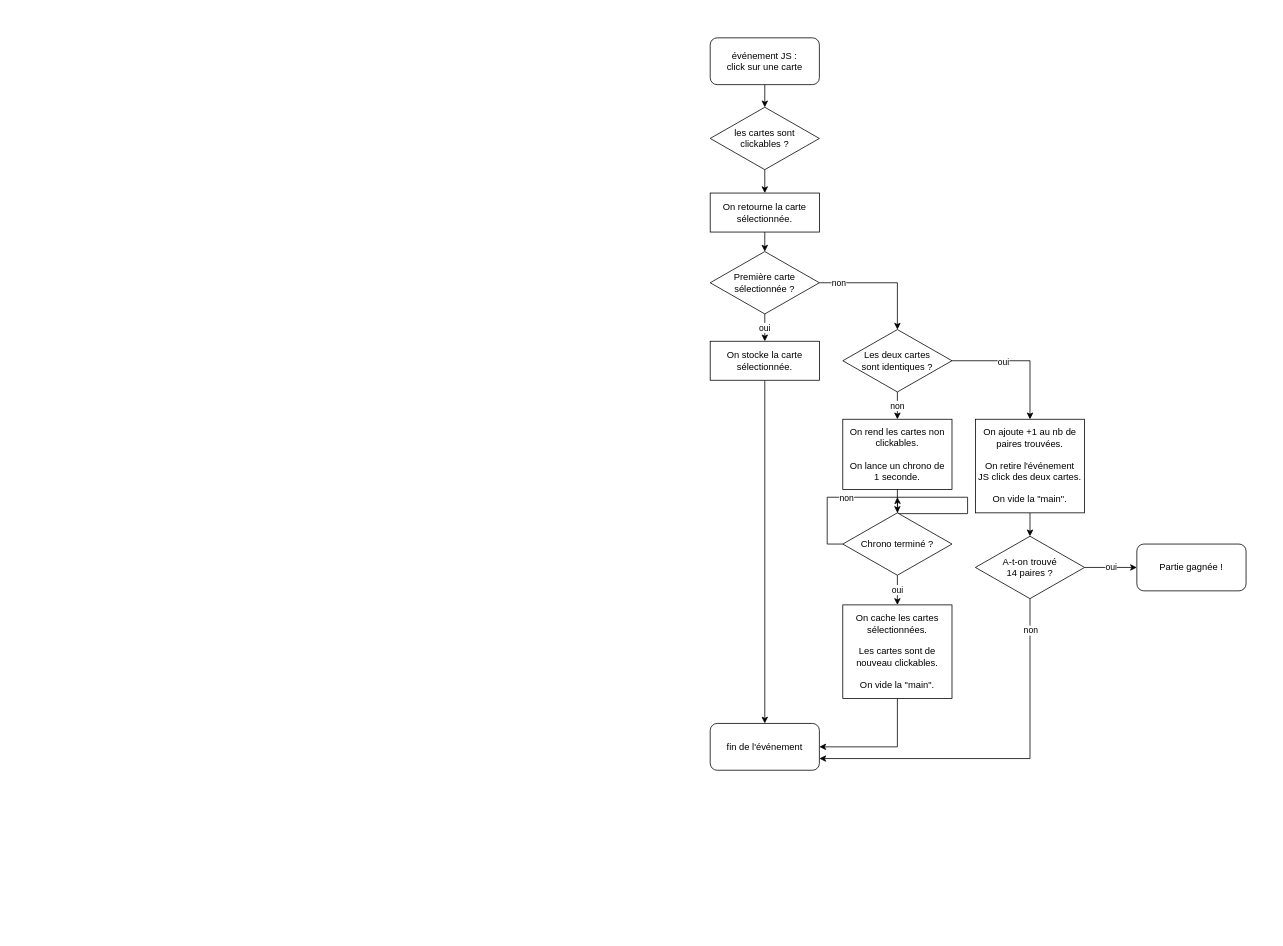
Above: algorithm.drawio in bdelphin/memory (draw.io), before the change. Source tidied: cells renumbered, new cells numbered last; positions are measured from the earlier drawing's top-left corner, leaving out a move shared by most shapes. Both pictures are drawn from the tidied source at 78%, with x=0, y=0 at pixel (710, 37).
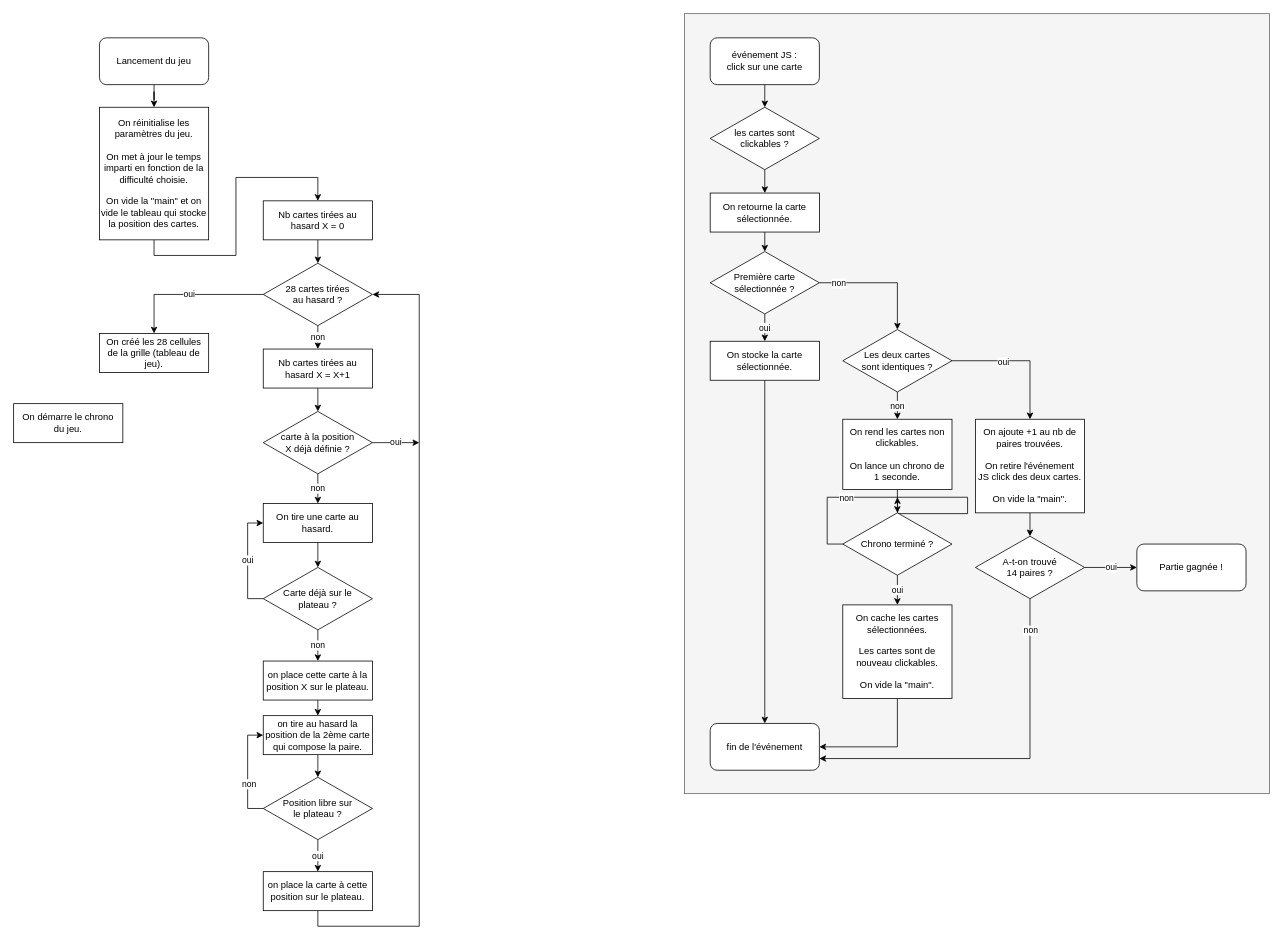
After the change.

Change to the diagram source:
```diff
@@
+    <mxCell id="34" style="rounded=0;whiteSpace=wrap;html=1;fillColor=#f5f5f5;strokeColor=#666666;fontColor=#333333;" parent="1" vertex="1">
+      <mxGeometry x="-33" y="-31" width="750" height="1000" as="geometry" />
+    </mxCell>
@@
+    <mxCell id="35" style="edgeStyle=orthogonalEdgeStyle;rounded=0;jettySize=auto;html=1;exitX=0.5;exitY=1;exitDx=0;exitDy=0;" parent="1" edge="1" source="36" target="38">
+      <mxGeometry relative="1" as="geometry" />
+    </mxCell>
+    <mxCell id="36" value="Lancement du jeu" style="rounded=1;whiteSpace=wrap;html=1;" parent="1" vertex="1">
+      <mxGeometry x="-783" width="140" height="60" as="geometry" />
+    </mxCell>
+    <mxCell id="37" style="edgeStyle=orthogonalEdgeStyle;rounded=0;jettySize=auto;html=1;exitX=0.5;exitY=1;exitDx=0;exitDy=0;entryX=0.5;entryY=0;entryDx=0;entryDy=0;" parent="1" edge="1" source="38" target="43">
+      <mxGeometry relative="1" as="geometry">
+        <Array as="points">
+          <mxPoint x="-713" y="279" />
+          <mxPoint x="-608" y="279" />
+          <mxPoint x="-608" y="179" />
+          <mxPoint x="-503" y="179" />
+        </Array>
+      </mxGeometry>
+    </mxCell>
+    <mxCell id="38" value="&lt;div&gt;On réinitialise les paramètres du jeu.&lt;/div&gt;&lt;div&gt;&lt;br&gt;&lt;/div&gt;&lt;div&gt;On met à jour le temps imparti en fonction de la difficulté choisie.&lt;/div&gt;&lt;div&gt;&lt;br&gt;&lt;/div&gt;&lt;div&gt;On vide la &quot;main&quot; et on vide le tableau qui stocke la position des cartes.&lt;br&gt;&lt;/div&gt;" style="rounded=0;whiteSpace=wrap;html=1;" parent="1" vertex="1">
+      <mxGeometry x="-783" y="89" width="140" height="170" as="geometry" />
+    </mxCell>
+    <mxCell id="39" value="non" style="edgeStyle=orthogonalEdgeStyle;rounded=0;jettySize=auto;html=1;exitX=0.5;exitY=1;exitDx=0;exitDy=0;entryX=0.5;entryY=0;entryDx=0;entryDy=0;" parent="1" edge="1" source="41" target="45">
+      <mxGeometry relative="1" as="geometry" />
+    </mxCell>
+    <mxCell id="40" value="oui" style="edgeStyle=orthogonalEdgeStyle;rounded=0;jettySize=auto;html=1;exitX=0;exitY=0.5;exitDx=0;exitDy=0;entryX=0.5;entryY=0;entryDx=0;entryDy=0;" parent="1" edge="1" source="41" target="64">
+      <mxGeometry relative="1" as="geometry" />
+    </mxCell>
+    <mxCell id="41" value="28 cartes tirées&lt;br&gt;au hasard ?" style="rhombus;whiteSpace=wrap;html=1;" parent="1" vertex="1">
+      <mxGeometry x="-573" y="289" width="140" height="80" as="geometry" />
+    </mxCell>
+    <mxCell id="42" style="edgeStyle=orthogonalEdgeStyle;rounded=0;jettySize=auto;html=1;exitX=0.5;exitY=1;exitDx=0;exitDy=0;entryX=0.5;entryY=0;entryDx=0;entryDy=0;" parent="1" edge="1" source="43" target="41">
+      <mxGeometry relative="1" as="geometry" />
+    </mxCell>
+    <mxCell id="43" value="&lt;div&gt;Nb cartes tirées au &lt;br&gt;&lt;/div&gt;&lt;div&gt;hasard X = 0&lt;br&gt;&lt;/div&gt;" style="rounded=0;whiteSpace=wrap;html=1;" parent="1" vertex="1">
+      <mxGeometry x="-573" y="209" width="140" height="50" as="geometry" />
+    </mxCell>
+    <mxCell id="44" style="edgeStyle=orthogonalEdgeStyle;rounded=0;jettySize=auto;html=1;exitX=0.5;exitY=1;exitDx=0;exitDy=0;entryX=0.5;entryY=0;entryDx=0;entryDy=0;" parent="1" edge="1" source="45" target="48">
+      <mxGeometry relative="1" as="geometry" />
+    </mxCell>
+    <mxCell id="45" value="&lt;div&gt;Nb cartes tirées au &lt;br&gt;&lt;/div&gt;&lt;div&gt;hasard X = X+1&lt;br&gt;&lt;/div&gt;" style="rounded=0;whiteSpace=wrap;html=1;" parent="1" vertex="1">
+      <mxGeometry x="-573" y="399" width="140" height="50" as="geometry" />
+    </mxCell>
+    <mxCell id="46" value="non" style="edgeStyle=orthogonalEdgeStyle;rounded=0;jettySize=auto;html=1;exitX=0.5;exitY=1;exitDx=0;exitDy=0;entryX=0.5;entryY=0;entryDx=0;entryDy=0;" parent="1" edge="1" source="48" target="50">
+      <mxGeometry relative="1" as="geometry" />
+    </mxCell>
+    <mxCell id="47" value="oui" style="edgeStyle=orthogonalEdgeStyle;rounded=0;jettySize=auto;html=1;exitX=1;exitY=0.5;exitDx=0;exitDy=0;" parent="1" edge="1" source="48">
+      <mxGeometry relative="1" as="geometry">
+        <mxPoint x="-373" y="519" as="targetPoint" />
+      </mxGeometry>
+    </mxCell>
+    <mxCell id="48" value="&lt;div&gt;carte à la position&lt;/div&gt;&lt;div&gt;X déjà définie ?&lt;br&gt;&lt;/div&gt;" style="rhombus;whiteSpace=wrap;html=1;" parent="1" vertex="1">
+      <mxGeometry x="-573" y="479" width="140" height="80" as="geometry" />
+    </mxCell>
+    <mxCell id="49" style="edgeStyle=orthogonalEdgeStyle;rounded=0;jettySize=auto;html=1;exitX=0.5;exitY=1;exitDx=0;exitDy=0;entryX=0.5;entryY=0;entryDx=0;entryDy=0;" parent="1" edge="1" source="50" target="53">
+      <mxGeometry relative="1" as="geometry" />
+    </mxCell>
+    <mxCell id="50" value="On tire une carte au hasard." style="rounded=0;whiteSpace=wrap;html=1;" parent="1" vertex="1">
+      <mxGeometry x="-573" y="597" width="140" height="50" as="geometry" />
+    </mxCell>
+    <mxCell id="51" value="oui" style="edgeStyle=orthogonalEdgeStyle;rounded=0;jettySize=auto;html=1;exitX=0;exitY=0.5;exitDx=0;exitDy=0;entryX=0;entryY=0.5;entryDx=0;entryDy=0;" parent="1" edge="1" source="53" target="50">
+      <mxGeometry relative="1" as="geometry" />
+    </mxCell>
+    <mxCell id="52" value="non" style="edgeStyle=orthogonalEdgeStyle;rounded=0;jettySize=auto;html=1;exitX=0.5;exitY=1;exitDx=0;exitDy=0;entryX=0.5;entryY=0;entryDx=0;entryDy=0;" parent="1" edge="1" source="53" target="55">
+      <mxGeometry relative="1" as="geometry" />
+    </mxCell>
+    <mxCell id="53" value="&lt;div&gt;Carte déjà sur le &lt;br&gt;&lt;/div&gt;&lt;div&gt;plateau ?&lt;br&gt;&lt;/div&gt;" style="rhombus;whiteSpace=wrap;html=1;" parent="1" vertex="1">
+      <mxGeometry x="-573" y="679" width="140" height="80" as="geometry" />
+    </mxCell>
+    <mxCell id="54" style="edgeStyle=orthogonalEdgeStyle;rounded=0;jettySize=auto;html=1;exitX=0.5;exitY=1;exitDx=0;exitDy=0;entryX=0.5;entryY=0;entryDx=0;entryDy=0;" parent="1" edge="1" source="55" target="57">
+      <mxGeometry relative="1" as="geometry" />
+    </mxCell>
+    <mxCell id="55" value="on place cette carte à la position X sur le plateau." style="rounded=0;whiteSpace=wrap;html=1;" parent="1" vertex="1">
+      <mxGeometry x="-573" y="799" width="140" height="50" as="geometry" />
+    </mxCell>
+    <mxCell id="56" style="edgeStyle=orthogonalEdgeStyle;rounded=0;jettySize=auto;html=1;exitX=0.5;exitY=1;exitDx=0;exitDy=0;entryX=0.5;entryY=0;entryDx=0;entryDy=0;" parent="1" edge="1" source="57" target="61">
+      <mxGeometry relative="1" as="geometry" />
+    </mxCell>
+    <mxCell id="57" value="on tire au hasard la position de la 2ème carte qui compose la paire. " style="rounded=0;whiteSpace=wrap;html=1;" parent="1" vertex="1">
+      <mxGeometry x="-573" y="869" width="140" height="50" as="geometry" />
+    </mxCell>
+    <mxCell id="58" style="edgeStyle=orthogonalEdgeStyle;rounded=0;jettySize=auto;html=1;exitX=0;exitY=0.5;exitDx=0;exitDy=0;entryX=0;entryY=0.5;entryDx=0;entryDy=0;" parent="1" edge="1" source="61" target="57">
+      <mxGeometry relative="1" as="geometry" />
+    </mxCell>
+    <mxCell id="59" value="non" style="edgeLabel;html=1;align=center;verticalAlign=middle;" parent="58" vertex="1">
+      <mxGeometry x="-0.22" y="-1" relative="1" as="geometry" />
+    </mxCell>
+    <mxCell id="60" value="oui" style="edgeStyle=orthogonalEdgeStyle;rounded=0;jettySize=auto;html=1;exitX=0.5;exitY=1;exitDx=0;exitDy=0;entryX=0.5;entryY=0;entryDx=0;entryDy=0;" parent="1" edge="1" source="61" target="63">
+      <mxGeometry relative="1" as="geometry" />
+    </mxCell>
+    <mxCell id="61" value="&lt;div&gt;Position libre sur &lt;br&gt;&lt;/div&gt;&lt;div&gt;le plateau ?&lt;br&gt;&lt;/div&gt;" style="rhombus;whiteSpace=wrap;html=1;" parent="1" vertex="1">
+      <mxGeometry x="-573" y="948" width="140" height="80" as="geometry" />
+    </mxCell>
+    <mxCell id="62" style="edgeStyle=orthogonalEdgeStyle;rounded=0;jettySize=auto;html=1;exitX=0.5;exitY=1;exitDx=0;exitDy=0;entryX=1;entryY=0.5;entryDx=0;entryDy=0;" parent="1" edge="1" source="63" target="41">
+      <mxGeometry relative="1" as="geometry">
+        <Array as="points">
+          <mxPoint x="-503" y="1139" />
+          <mxPoint x="-373" y="1139" />
+          <mxPoint x="-373" y="329" />
+        </Array>
+      </mxGeometry>
+    </mxCell>
+    <mxCell id="63" value="on place la carte à cette position sur le plateau." style="rounded=0;whiteSpace=wrap;html=1;" parent="1" vertex="1">
+      <mxGeometry x="-573" y="1069" width="140" height="50" as="geometry" />
+    </mxCell>
+    <mxCell id="64" value="On créé les 28 cellules&lt;br&gt;de la grille (tableau de jeu)." style="rounded=0;whiteSpace=wrap;html=1;" parent="1" vertex="1">
+      <mxGeometry x="-783" y="379" width="140" height="50" as="geometry" />
+    </mxCell>
+    <mxCell id="65" value="&lt;div&gt;On démarre le chrono&lt;/div&gt;&lt;div&gt;du jeu.&lt;br&gt;&lt;/div&gt;" style="rounded=0;whiteSpace=wrap;html=1;" parent="1" vertex="1">
+      <mxGeometry x="-893" y="469" width="140" height="50" as="geometry" />
+    </mxCell>
```
